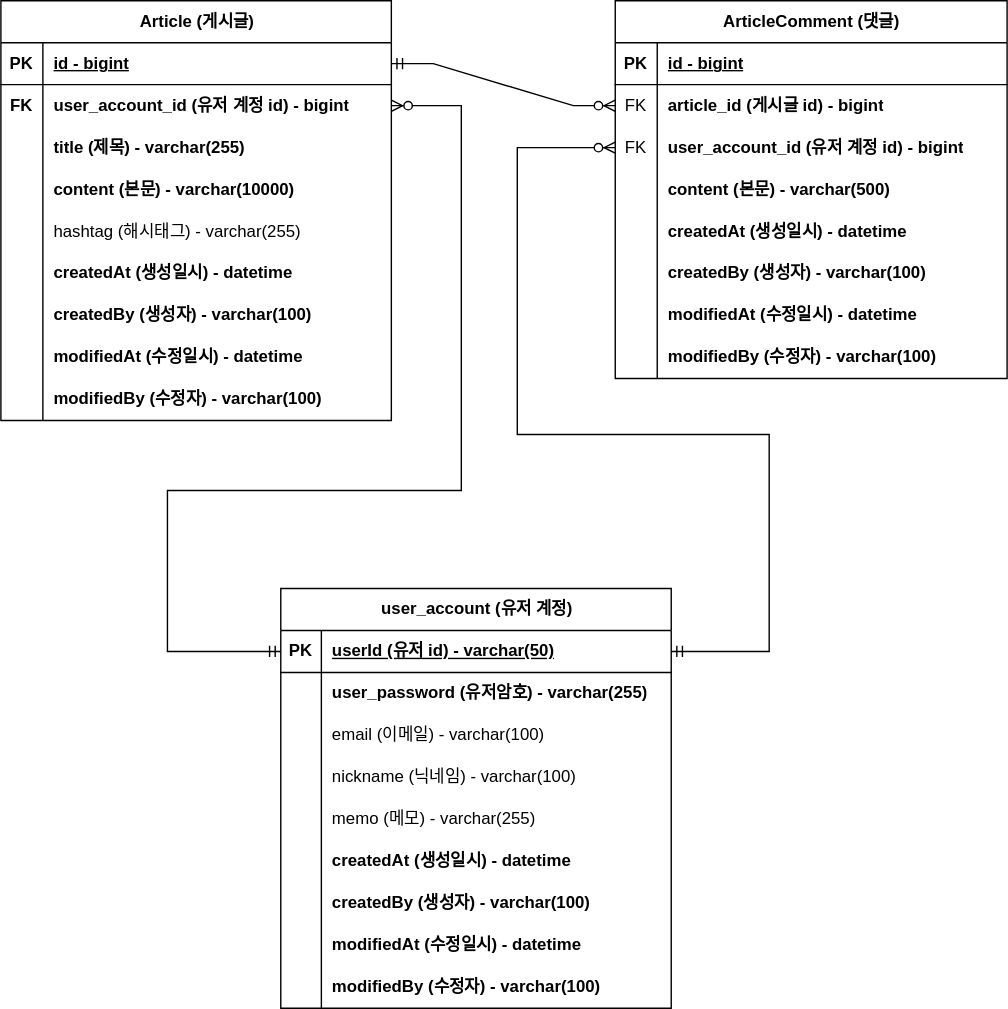
Above: part2/document/project-board-erd.svg in kiekk/fastcampus-10-projects-backend-web (draw.io), before the change. Source tidied: cells renumbered, new cells last; positions are measured from the earlier drawing's top-left corner, leaving out a move shared by most shapes.
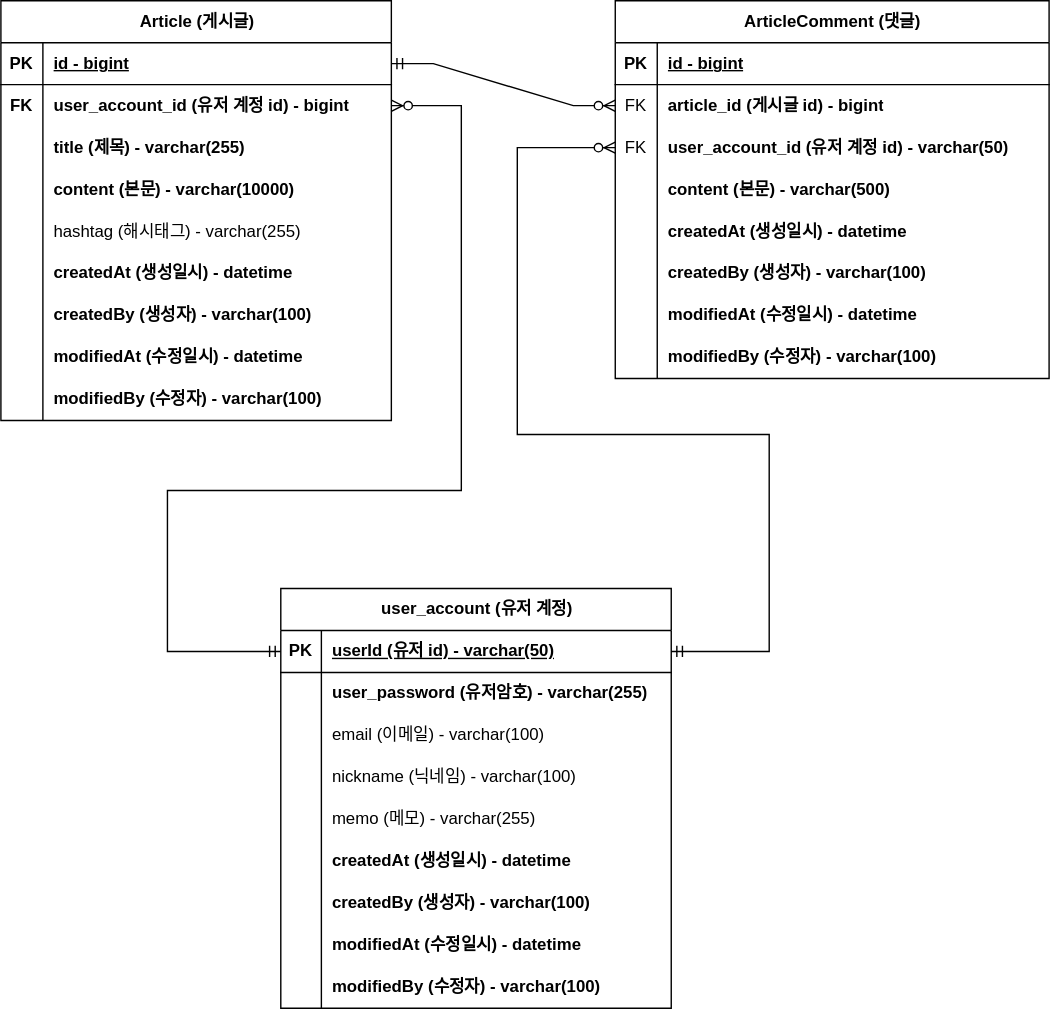
Later version of the same file.

Commit message:
refactor: user_account_id 타입 변경 : project-board-erd.svg 업데이트

Diff of the diagram source:
```diff
@@ -87,79 +87,79 @@
       <mxGeometry x="30" width="249" height="30" as="geometry" />
     </mxCell>
     <mxCell id="30" value="ArticleComment (댓글)" style="shape=table;startSize=30;rowLines=0;fontStyle=1;align=center;html=1;" parent="1" vertex="1">
-      <mxGeometry x="439" width="280" height="270" as="geometry" />
+      <mxGeometry x="439" width="310" height="270" as="geometry" />
     </mxCell>
     <mxCell id="31" style="shape=tableRow;horizontal=0;startSize=0;swimlaneHead=0;swimlaneBody=0;fillColor=none;top=0;left=0;right=0;bottom=1;" parent="30" vertex="1">
-      <mxGeometry y="30" width="280" height="30" as="geometry" />
+      <mxGeometry y="30" width="310" height="30" as="geometry" />
     </mxCell>
     <mxCell id="32" value="PK" style="shape=partialRectangle;fillColor=none;top=0;left=0;bottom=0;right=0;fontStyle=1;overflow=hidden;whiteSpace=wrap;html=1;" parent="31" vertex="1">
       <mxGeometry width="30" height="30" as="geometry" />
     </mxCell>
     <mxCell id="33" value="id - bigint" style="shape=partialRectangle;fillColor=none;top=0;left=0;bottom=0;right=0;align=left;spacingLeft=6;fontStyle=5;overflow=hidden;whiteSpace=wrap;html=1;" parent="31" vertex="1">
-      <mxGeometry x="30" width="250" height="30" as="geometry" />
+      <mxGeometry x="30" width="280" height="30" as="geometry" />
     </mxCell>
     <mxCell id="34" style="shape=tableRow;horizontal=0;startSize=0;swimlaneHead=0;swimlaneBody=0;fillColor=none;points=[[0,0.5],[1,0.5]];portConstraint=eastwest;top=0;left=0;right=0;bottom=0;" parent="30" vertex="1">
-      <mxGeometry y="60" width="280" height="30" as="geometry" />
+      <mxGeometry y="60" width="310" height="30" as="geometry" />
     </mxCell>
     <mxCell id="35" value="FK" style="shape=partialRectangle;fillColor=none;top=0;left=0;bottom=0;right=0;overflow=hidden;whiteSpace=wrap;html=1;fontStyle=0;" parent="34" vertex="1">
       <mxGeometry width="30" height="30" as="geometry" />
     </mxCell>
     <mxCell id="36" value="article_id (게시글 id) - bigint" style="shape=partialRectangle;fillColor=none;top=0;left=0;bottom=0;right=0;align=left;spacingLeft=6;overflow=hidden;whiteSpace=wrap;html=1;fontStyle=1;" parent="34" vertex="1">
-      <mxGeometry x="30" width="250" height="30" as="geometry" />
+      <mxGeometry x="30" width="280" height="30" as="geometry" />
     </mxCell>
     <mxCell id="37" style="shape=tableRow;horizontal=0;startSize=0;swimlaneHead=0;swimlaneBody=0;fillColor=none;points=[[0,0.5],[1,0.5]];portConstraint=eastwest;top=0;left=0;right=0;bottom=0;" parent="30" vertex="1">
-      <mxGeometry y="90" width="280" height="30" as="geometry" />
+      <mxGeometry y="90" width="310" height="30" as="geometry" />
     </mxCell>
     <mxCell id="38" value="FK" style="shape=partialRectangle;fillColor=none;top=0;left=0;bottom=0;right=0;overflow=hidden;whiteSpace=wrap;html=1;fontStyle=0;" parent="37" vertex="1">
       <mxGeometry width="30" height="30" as="geometry" />
     </mxCell>
-    <mxCell id="39" value="user_account_id (유저 계정 id) - bigint" style="shape=partialRectangle;fillColor=none;top=0;left=0;bottom=0;right=0;align=left;spacingLeft=6;overflow=hidden;whiteSpace=wrap;html=1;fontStyle=1;" parent="37" vertex="1">
-      <mxGeometry x="30" width="250" height="30" as="geometry" />
+    <mxCell id="39" value="user_account_id (유저 계정 id) - varchar(50)" style="shape=partialRectangle;fillColor=none;top=0;left=0;bottom=0;right=0;align=left;spacingLeft=6;overflow=hidden;whiteSpace=wrap;html=1;fontStyle=1;" parent="37" vertex="1">
+      <mxGeometry x="30" width="280" height="30" as="geometry" />
     </mxCell>
     <mxCell id="40" style="shape=tableRow;horizontal=0;startSize=0;swimlaneHead=0;swimlaneBody=0;fillColor=none;top=0;left=0;right=0;bottom=0;" parent="30" vertex="1">
-      <mxGeometry y="120" width="280" height="30" as="geometry" />
+      <mxGeometry y="120" width="310" height="30" as="geometry" />
     </mxCell>
     <mxCell id="41" style="shape=partialRectangle;fillColor=none;top=0;left=0;bottom=0;right=0;overflow=hidden;whiteSpace=wrap;html=1;" parent="40" vertex="1">
       <mxGeometry width="30" height="30" as="geometry" />
     </mxCell>
     <mxCell id="42" value="content (본문) - varchar(500)" style="shape=partialRectangle;fillColor=none;top=0;left=0;bottom=0;right=0;align=left;spacingLeft=6;overflow=hidden;whiteSpace=wrap;html=1;fontStyle=1;" parent="40" vertex="1">
-      <mxGeometry x="30" width="250" height="30" as="geometry" />
+      <mxGeometry x="30" width="280" height="30" as="geometry" />
     </mxCell>
     <mxCell id="43" style="shape=tableRow;horizontal=0;startSize=0;swimlaneHead=0;swimlaneBody=0;fillColor=none;top=0;left=0;right=0;bottom=0;" parent="30" vertex="1">
-      <mxGeometry y="150" width="280" height="30" as="geometry" />
+      <mxGeometry y="150" width="310" height="30" as="geometry" />
     </mxCell>
     <mxCell id="44" style="shape=partialRectangle;fillColor=none;top=0;left=0;bottom=0;right=0;overflow=hidden;whiteSpace=wrap;html=1;" parent="43" vertex="1">
       <mxGeometry width="30" height="30" as="geometry" />
     </mxCell>
     <mxCell id="45" value="createdAt (생성일시) - datetime" style="shape=partialRectangle;fillColor=none;top=0;left=0;bottom=0;right=0;align=left;spacingLeft=6;overflow=hidden;whiteSpace=wrap;html=1;fontStyle=1;" parent="43" vertex="1">
-      <mxGeometry x="30" width="250" height="30" as="geometry" />
+      <mxGeometry x="30" width="280" height="30" as="geometry" />
     </mxCell>
     <mxCell id="46" style="shape=tableRow;horizontal=0;startSize=0;swimlaneHead=0;swimlaneBody=0;fillColor=none;top=0;left=0;right=0;bottom=0;" parent="30" vertex="1">
-      <mxGeometry y="180" width="280" height="30" as="geometry" />
+      <mxGeometry y="180" width="310" height="30" as="geometry" />
     </mxCell>
     <mxCell id="47" style="shape=partialRectangle;fillColor=none;top=0;left=0;bottom=0;right=0;overflow=hidden;whiteSpace=wrap;html=1;" parent="46" vertex="1">
       <mxGeometry width="30" height="30" as="geometry" />
     </mxCell>
     <mxCell id="48" value="createdBy (생성자) - varchar(100)" style="shape=partialRectangle;fillColor=none;top=0;left=0;bottom=0;right=0;align=left;spacingLeft=6;overflow=hidden;whiteSpace=wrap;html=1;fontStyle=1;" parent="46" vertex="1">
-      <mxGeometry x="30" width="250" height="30" as="geometry" />
+      <mxGeometry x="30" width="280" height="30" as="geometry" />
     </mxCell>
     <mxCell id="49" style="shape=tableRow;horizontal=0;startSize=0;swimlaneHead=0;swimlaneBody=0;fillColor=none;top=0;left=0;right=0;bottom=0;" parent="30" vertex="1">
-      <mxGeometry y="210" width="280" height="30" as="geometry" />
+      <mxGeometry y="210" width="310" height="30" as="geometry" />
     </mxCell>
     <mxCell id="50" style="shape=partialRectangle;fillColor=none;top=0;left=0;bottom=0;right=0;overflow=hidden;whiteSpace=wrap;html=1;" parent="49" vertex="1">
       <mxGeometry width="30" height="30" as="geometry" />
     </mxCell>
     <mxCell id="51" value="modifiedAt (수정일시) - datetime" style="shape=partialRectangle;fillColor=none;top=0;left=0;bottom=0;right=0;align=left;spacingLeft=6;overflow=hidden;whiteSpace=wrap;html=1;fontStyle=1;" parent="49" vertex="1">
-      <mxGeometry x="30" width="250" height="30" as="geometry" />
+      <mxGeometry x="30" width="280" height="30" as="geometry" />
     </mxCell>
     <mxCell id="52" style="shape=tableRow;horizontal=0;startSize=0;swimlaneHead=0;swimlaneBody=0;fillColor=none;top=0;left=0;right=0;bottom=0;" parent="30" vertex="1">
-      <mxGeometry y="240" width="280" height="30" as="geometry" />
+      <mxGeometry y="240" width="310" height="30" as="geometry" />
     </mxCell>
     <mxCell id="53" style="shape=partialRectangle;fillColor=none;top=0;left=0;bottom=0;right=0;overflow=hidden;whiteSpace=wrap;html=1;" parent="52" vertex="1">
       <mxGeometry width="30" height="30" as="geometry" />
     </mxCell>
     <mxCell id="54" value="modifiedBy (수정자) - varchar(100)" style="shape=partialRectangle;fillColor=none;top=0;left=0;bottom=0;right=0;align=left;spacingLeft=6;overflow=hidden;whiteSpace=wrap;html=1;fontStyle=1;" parent="52" vertex="1">
-      <mxGeometry x="30" width="250" height="30" as="geometry" />
+      <mxGeometry x="30" width="280" height="30" as="geometry" />
     </mxCell>
     <mxCell id="55" value="user_account (유저 계정)" style="shape=table;startSize=30;rowLines=0;fontStyle=1;align=center;html=1;" parent="1" vertex="1">
       <mxGeometry x="200" y="420" width="279" height="300" as="geometry" />
```
